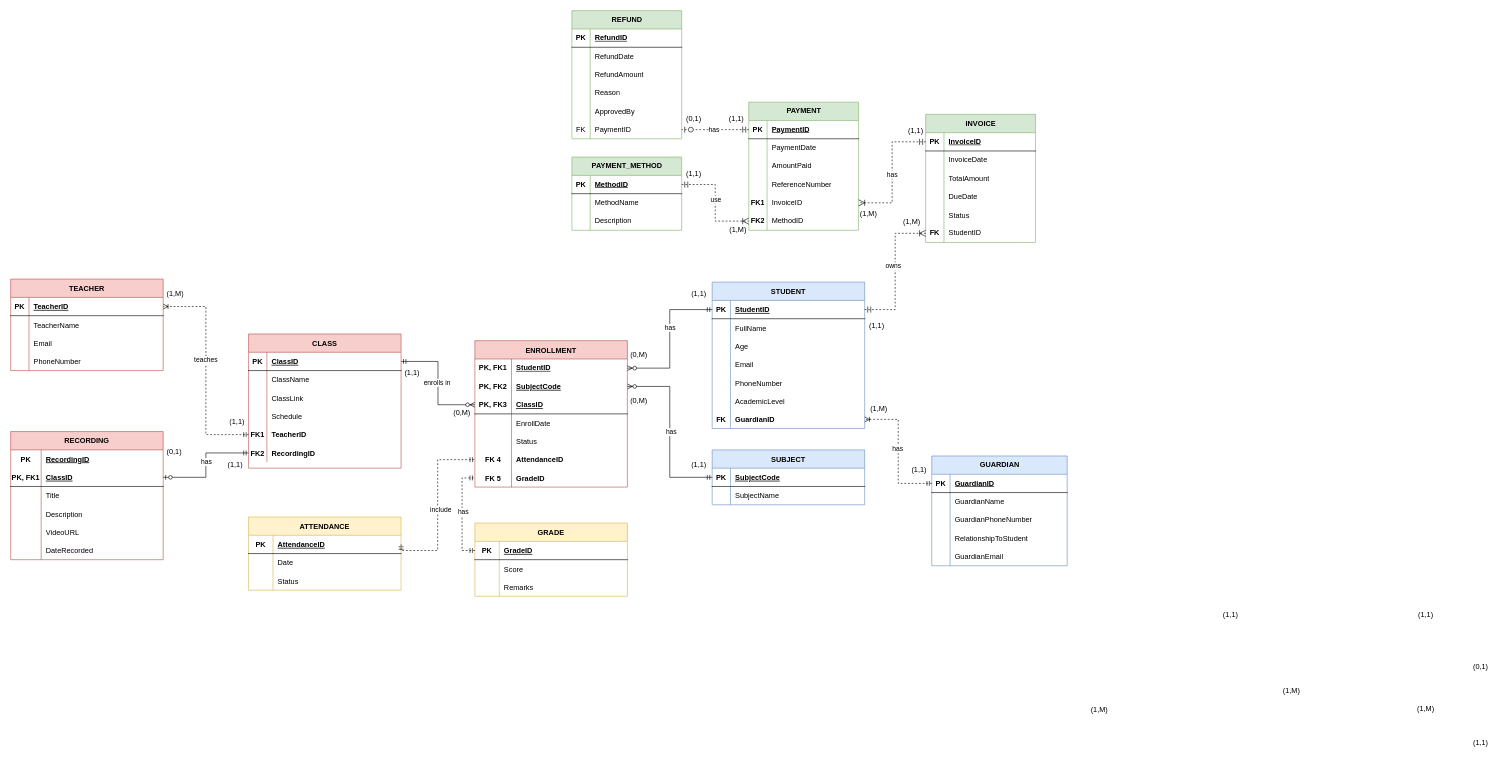
Above: CMT221_Assignment.drawio in EzraChai/CMT221-Assignment (draw.io), before the change. Source tidied: cells renumbered, new cells numbered last; positions are measured from the earlier drawing's top-left corner, leaving out a move shared by most shapes. Both pictures are drawn from the tidied source at 61%, with x=0, y=0 at pixel (10, 10).
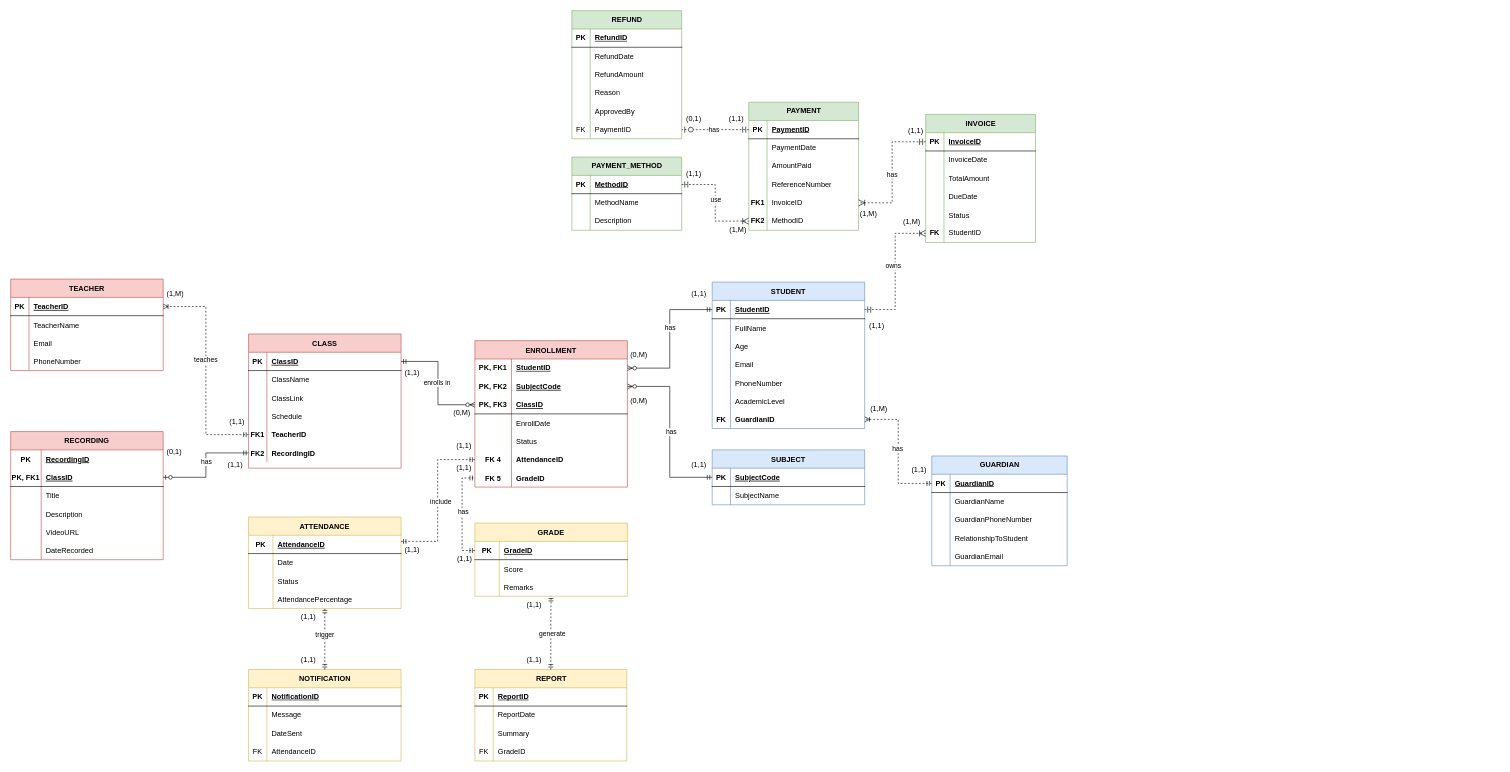
The same diagram, later.

The change refers to these unchanged cells:
```xml
<mxCell id="18" style="shape=partialRectangle;fillColor=none;points=[[0,0.5],[1,0.5]];portConstraint=eastwest;top=0;left=0;right=0;bottom=0;" parent="2" vertex="1">
  <mxGeometry y="180" width="250" height="30" as="geometry" />
</mxCell>
<mxCell id="125" style="shape=partialRectangle;fillColor=none;points=[[0,0.5],[1,0.5]];portConstraint=eastwest;top=0;left=0;right=0;bottom=1;" parent="124" vertex="1">
  <mxGeometry y="30" width="250" height="30" as="geometry" />
</mxCell>
<mxCell id="143" style="shape=partialRectangle;fillColor=none;points=[[0,0.5],[1,0.5]];portConstraint=eastwest;top=0;left=0;right=0;bottom=0;" parent="136" vertex="1">
  <mxGeometry y="90" width="250" height="30" as="geometry" />
</mxCell>
```

What changed in the source:
```diff
@@
     <mxCell id="124" value="ATTENDANCE" style="shape=table;startSize=30;childLayout=tableLayout;rowLines=0;fontStyle=1;align=center;fillColor=#fff2cc;strokeColor=#d6b656;" parent="1" vertex="1">
-      <mxGeometry x="390" y="830" width="250" height="120" as="geometry" />
+      <mxGeometry x="390" y="830" width="250" height="150" as="geometry" />
     </mxCell>
@@
+    <mxCell id="258" style="shape=partialRectangle;fillColor=none;points=[[0,0.5],[1,0.5]];portConstraint=eastwest;top=0;left=0;right=0;bottom=0;" parent="124" vertex="1">
+      <mxGeometry y="120" width="250" height="30" as="geometry" />
+    </mxCell>
+    <mxCell id="259" style="shape=partialRectangle;overflow=hidden;fillColor=none;top=0;left=0;bottom=0;right=0;" parent="258" vertex="1">
+      <mxGeometry width="40" height="30" as="geometry" />
+    </mxCell>
+    <mxCell id="260" value="AttendancePercentage" style="shape=partialRectangle;overflow=hidden;fillColor=none;top=0;left=0;bottom=0;right=0;align=left;spacingLeft=6;" parent="258" vertex="1">
+      <mxGeometry x="40" width="210" height="30" as="geometry" />
+    </mxCell>
-    <mxCell id="134" style="edgeStyle=orthogonalEdgeStyle;fontSize=12;html=1;endArrow=ERmandOne;startArrow=ERmandOne;rounded=0;entryX=0;entryY=0.5;entryDx=0;entryDy=0;exitX=1;exitY=0.5;exitDx=0;exitDy=0;dashed=1;" parent="1" edge="1" source="125" target="18">
+    <mxCell id="134" style="edgeStyle=orthogonalEdgeStyle;fontSize=12;html=1;endArrow=ERmandOne;startArrow=ERmandOne;rounded=0;entryX=0;entryY=0.5;entryDx=0;entryDy=0;dashed=1;" parent="1" edge="1" target="18">
       <mxGeometry relative="1" as="geometry">
+        <mxPoint x="640" y="870" as="sourcePoint" />
         <Array as="points">
-          <mxPoint x="700" y="885" />
+          <mxPoint x="640" y="870" />
+          <mxPoint x="700" y="870" />
           <mxPoint x="700" y="736" />
         </Array>
       </mxGeometry>
     </mxCell>
@@
-    <mxCell id="190" value="&lt;font style=&quot;font-size: 12px;&quot;&gt;(1,M)&lt;/font&gt;" style="text;html=1;whiteSpace=wrap;strokeColor=none;fillColor=none;align=center;verticalAlign=middle;rounded=0;fontSize=16;" parent="1" vertex="1">
-      <mxGeometry x="1755" y="1130" width="60" height="30" as="geometry" />
-    </mxCell>
@@
-    <mxCell id="212" value="(1,1)" style="text;html=1;whiteSpace=wrap;strokeColor=none;fillColor=none;align=center;verticalAlign=middle;rounded=0;fontSize=12;" parent="1" vertex="1">
-      <mxGeometry x="1970" y="975" width="60" height="30" as="geometry" />
-    </mxCell>
-    <mxCell id="213" value="(1,M)" style="text;html=1;whiteSpace=wrap;strokeColor=none;fillColor=none;align=center;verticalAlign=middle;rounded=0;fontSize=12;" parent="1" vertex="1">
-      <mxGeometry x="2070" y="1100" width="60" height="30" as="geometry" />
-    </mxCell>
@@
-    <mxCell id="226" value="(1,1)" style="text;html=1;whiteSpace=wrap;strokeColor=none;fillColor=none;align=center;verticalAlign=middle;rounded=0;fontSize=12;" parent="1" vertex="1">
-      <mxGeometry x="2380" y="1185" width="60" height="30" as="geometry" />
-    </mxCell>
-    <mxCell id="227" value="(1,M)" style="text;html=1;whiteSpace=wrap;strokeColor=none;fillColor=none;align=center;verticalAlign=middle;rounded=0;fontSize=12;" parent="1" vertex="1">
-      <mxGeometry x="2290" y="1130" width="60" height="30" as="geometry" />
-    </mxCell>
@@
-    <mxCell id="249" value="(0,1)" style="text;html=1;whiteSpace=wrap;strokeColor=none;fillColor=none;align=center;verticalAlign=middle;rounded=0;fontSize=12;" parent="1" vertex="1">
-      <mxGeometry x="2380" y="1060" width="60" height="30" as="geometry" />
-    </mxCell>
-    <mxCell id="250" value="(1,1)" style="text;html=1;whiteSpace=wrap;strokeColor=none;fillColor=none;align=center;verticalAlign=middle;rounded=0;fontSize=12;" parent="1" vertex="1">
-      <mxGeometry x="2290" y="975" width="60" height="30" as="geometry" />
-    </mxCell>
@@
+    <mxCell id="261" value="REPORT" style="shape=table;startSize=30;childLayout=tableLayout;rowLines=0;fontStyle=1;align=center;html=1;fillColor=#fff2cc;strokeColor=#d6b656;" parent="1" vertex="1">
+      <mxGeometry x="761" y="1080" width="249" height="150" as="geometry" />
+    </mxCell>
+    <mxCell id="262" style="shape=tableRow;horizontal=0;startSize=0;swimlaneHead=0;swimlaneBody=0;fillColor=none;top=0;left=0;right=0;bottom=1;" parent="261" vertex="1">
+      <mxGeometry y="30" width="249" height="30" as="geometry" />
+    </mxCell>
+    <mxCell id="263" value="PK" style="shape=partialRectangle;fillColor=none;top=0;left=0;bottom=0;right=0;fontStyle=1;overflow=hidden;whiteSpace=wrap;html=1;" parent="262" vertex="1">
+      <mxGeometry width="30" height="30" as="geometry" />
+    </mxCell>
+    <mxCell id="264" value="ReportID" style="shape=partialRectangle;fillColor=none;top=0;left=0;bottom=0;right=0;align=left;spacingLeft=6;fontStyle=5;overflow=hidden;whiteSpace=wrap;html=1;" parent="262" vertex="1">
+      <mxGeometry x="30" width="219" height="30" as="geometry" />
+    </mxCell>
+    <mxCell id="265" style="shape=tableRow;horizontal=0;startSize=0;swimlaneHead=0;swimlaneBody=0;fillColor=none;top=0;left=0;right=0;bottom=0;" parent="261" vertex="1">
+      <mxGeometry y="60" width="249" height="30" as="geometry" />
+    </mxCell>
+    <mxCell id="266" style="shape=partialRectangle;fillColor=none;top=0;left=0;bottom=0;right=0;overflow=hidden;whiteSpace=wrap;html=1;" parent="265" vertex="1">
+      <mxGeometry width="30" height="30" as="geometry" />
+    </mxCell>
+    <mxCell id="267" value="ReportDate" style="shape=partialRectangle;fillColor=none;top=0;left=0;bottom=0;right=0;align=left;spacingLeft=6;overflow=hidden;whiteSpace=wrap;html=1;" parent="265" vertex="1">
+      <mxGeometry x="30" width="219" height="30" as="geometry" />
+    </mxCell>
+    <mxCell id="268" style="shape=tableRow;horizontal=0;startSize=0;swimlaneHead=0;swimlaneBody=0;fillColor=none;top=0;left=0;right=0;bottom=0;" parent="261" vertex="1">
+      <mxGeometry y="90" width="249" height="30" as="geometry" />
+    </mxCell>
+    <mxCell id="269" style="shape=partialRectangle;fillColor=none;top=0;left=0;bottom=0;right=0;overflow=hidden;whiteSpace=wrap;html=1;" parent="268" vertex="1">
+      <mxGeometry width="30" height="30" as="geometry" />
+    </mxCell>
+    <mxCell id="270" value="Summary&amp;nbsp;" style="shape=partialRectangle;fillColor=none;top=0;left=0;bottom=0;right=0;align=left;spacingLeft=6;overflow=hidden;whiteSpace=wrap;html=1;" parent="268" vertex="1">
+      <mxGeometry x="30" width="219" height="30" as="geometry" />
+    </mxCell>
+    <mxCell id="271" style="shape=tableRow;horizontal=0;startSize=0;swimlaneHead=0;swimlaneBody=0;fillColor=none;top=0;left=0;right=0;bottom=0;" parent="261" vertex="1">
+      <mxGeometry y="120" width="249" height="30" as="geometry" />
+    </mxCell>
+    <mxCell id="272" value="FK" style="shape=partialRectangle;fillColor=none;top=0;left=0;bottom=0;right=0;fontStyle=0;overflow=hidden;whiteSpace=wrap;html=1;" parent="271" vertex="1">
+      <mxGeometry width="30" height="30" as="geometry" />
+    </mxCell>
+    <mxCell id="273" value="GradeID" style="shape=partialRectangle;fillColor=none;top=0;left=0;bottom=0;right=0;align=left;spacingLeft=6;fontStyle=0;overflow=hidden;whiteSpace=wrap;html=1;" parent="271" vertex="1">
+      <mxGeometry x="30" width="219" height="30" as="geometry" />
+    </mxCell>
+    <mxCell id="274" value="NOTIFICATION" style="shape=table;startSize=30;childLayout=tableLayout;rowLines=0;fontStyle=1;align=center;html=1;fillColor=#fff2cc;strokeColor=#d6b656;" parent="1" vertex="1">
+      <mxGeometry x="390" y="1080" width="250" height="150" as="geometry" />
+    </mxCell>
+    <mxCell id="275" style="shape=tableRow;horizontal=0;startSize=0;swimlaneHead=0;swimlaneBody=0;fillColor=none;top=0;left=0;right=0;bottom=1;" parent="274" vertex="1">
+      <mxGeometry y="30" width="250" height="30" as="geometry" />
+    </mxCell>
+    <mxCell id="276" value="PK" style="shape=partialRectangle;fillColor=none;top=0;left=0;bottom=0;right=0;fontStyle=1;overflow=hidden;whiteSpace=wrap;html=1;" parent="275" vertex="1">
+      <mxGeometry width="30" height="30" as="geometry" />
+    </mxCell>
+    <mxCell id="277" value="NotificationID" style="shape=partialRectangle;fillColor=none;top=0;left=0;bottom=0;right=0;align=left;spacingLeft=6;fontStyle=5;overflow=hidden;whiteSpace=wrap;html=1;" parent="275" vertex="1">
+      <mxGeometry x="30" width="220" height="30" as="geometry" />
+    </mxCell>
+    <mxCell id="278" style="shape=tableRow;horizontal=0;startSize=0;swimlaneHead=0;swimlaneBody=0;fillColor=none;top=0;left=0;right=0;bottom=0;" parent="274" vertex="1">
+      <mxGeometry y="60" width="250" height="30" as="geometry" />
+    </mxCell>
+    <mxCell id="279" style="shape=partialRectangle;fillColor=none;top=0;left=0;bottom=0;right=0;overflow=hidden;whiteSpace=wrap;html=1;" parent="278" vertex="1">
+      <mxGeometry width="30" height="30" as="geometry" />
+    </mxCell>
+    <mxCell id="280" value="Message" style="shape=partialRectangle;fillColor=none;top=0;left=0;bottom=0;right=0;align=left;spacingLeft=6;overflow=hidden;whiteSpace=wrap;html=1;" parent="278" vertex="1">
+      <mxGeometry x="30" width="220" height="30" as="geometry" />
+    </mxCell>
+    <mxCell id="281" style="shape=tableRow;horizontal=0;startSize=0;swimlaneHead=0;swimlaneBody=0;fillColor=none;top=0;left=0;right=0;bottom=0;" parent="274" vertex="1">
+      <mxGeometry y="90" width="250" height="30" as="geometry" />
+    </mxCell>
+    <mxCell id="282" style="shape=partialRectangle;fillColor=none;top=0;left=0;bottom=0;right=0;overflow=hidden;whiteSpace=wrap;html=1;" parent="281" vertex="1">
+      <mxGeometry width="30" height="30" as="geometry" />
+    </mxCell>
+    <mxCell id="283" value="DateSent" style="shape=partialRectangle;fillColor=none;top=0;left=0;bottom=0;right=0;align=left;spacingLeft=6;overflow=hidden;whiteSpace=wrap;html=1;" parent="281" vertex="1">
+      <mxGeometry x="30" width="220" height="30" as="geometry" />
+    </mxCell>
+    <mxCell id="284" style="shape=tableRow;horizontal=0;startSize=0;swimlaneHead=0;swimlaneBody=0;fillColor=none;top=0;left=0;right=0;bottom=0;" parent="274" vertex="1">
+      <mxGeometry y="120" width="250" height="30" as="geometry" />
+    </mxCell>
+    <mxCell id="285" value="FK" style="shape=partialRectangle;fillColor=none;top=0;left=0;bottom=0;right=0;fontStyle=0;overflow=hidden;whiteSpace=wrap;html=1;" parent="284" vertex="1">
+      <mxGeometry width="30" height="30" as="geometry" />
+    </mxCell>
+    <mxCell id="286" value="AttendanceID" style="shape=partialRectangle;fillColor=none;top=0;left=0;bottom=0;right=0;align=left;spacingLeft=6;fontStyle=0;overflow=hidden;whiteSpace=wrap;html=1;" parent="284" vertex="1">
+      <mxGeometry x="30" width="220" height="30" as="geometry" />
+    </mxCell>
+    <mxCell id="287" style="fontSize=12;html=1;endArrow=ERmandOne;endFill=0;rounded=0;startArrow=ERmandOne;startFill=0;entryX=0.5;entryY=0.969;entryDx=0;entryDy=0;dashed=1;exitX=0.5;exitY=0;exitDx=0;exitDy=0;edgeStyle=orthogonalEdgeStyle;entryPerimeter=0;" parent="1" edge="1" source="274" target="258">
+      <mxGeometry relative="1" as="geometry" />
+    </mxCell>
+    <mxCell id="288" value="trigger" style="edgeLabel;html=1;align=center;verticalAlign=middle;" parent="287" vertex="1">
+      <mxGeometry x="0.13" y="1" relative="1" as="geometry" />
+    </mxCell>
+    <mxCell id="289" style="fontSize=12;html=1;endArrow=ERmandOne;endFill=0;rounded=0;dashed=1;startArrow=ERmandOne;startFill=0;exitX=0.5;exitY=0;exitDx=0;exitDy=0;edgeStyle=orthogonalEdgeStyle;entryX=0.499;entryY=0.988;entryDx=0;entryDy=0;entryPerimeter=0;" parent="1" edge="1" source="261" target="143">
+      <mxGeometry relative="1" as="geometry" />
+    </mxCell>
+    <mxCell id="290" value="generate" style="edgeLabel;html=1;align=center;verticalAlign=middle;" parent="289" vertex="1">
+      <mxGeometry y="-2" relative="1" as="geometry">
+        <mxPoint y="1" as="offset" />
+      </mxGeometry>
+    </mxCell>
+    <mxCell id="291" value="(1,1)" style="text;strokeColor=none;fillColor=none;spacingLeft=4;spacingRight=4;overflow=hidden;fontSize=12;whiteSpace=wrap;html=1;" parent="1" vertex="1">
+      <mxGeometry x="725" y="700" width="60" height="30" as="geometry" />
+    </mxCell>
+    <mxCell id="292" value="(1,1)" style="text;strokeColor=none;fillColor=none;spacingLeft=4;spacingRight=4;overflow=hidden;fontSize=12;whiteSpace=wrap;html=1;" parent="1" vertex="1">
+      <mxGeometry x="725" y="736" width="60" height="30" as="geometry" />
+    </mxCell>
+    <mxCell id="293" value="(1,1)" style="text;strokeColor=none;fillColor=none;spacingLeft=4;spacingRight=4;overflow=hidden;fontSize=12;whiteSpace=wrap;html=1;" parent="1" vertex="1">
+      <mxGeometry x="640" y="870" width="60" height="30" as="geometry" />
+    </mxCell>
+    <mxCell id="294" value="(1,1)" style="text;strokeColor=none;fillColor=none;spacingLeft=4;spacingRight=4;overflow=hidden;fontSize=12;whiteSpace=wrap;html=1;" parent="1" vertex="1">
+      <mxGeometry x="726" y="885" width="60" height="30" as="geometry" />
+    </mxCell>
+    <mxCell id="295" value="(1,1)" style="text;strokeColor=none;fillColor=none;spacingLeft=4;spacingRight=4;overflow=hidden;fontSize=12;whiteSpace=wrap;html=1;" parent="1" vertex="1">
+      <mxGeometry x="840" y="960" width="60" height="30" as="geometry" />
+    </mxCell>
+    <mxCell id="296" value="(1,1)" style="text;strokeColor=none;fillColor=none;spacingLeft=4;spacingRight=4;overflow=hidden;fontSize=12;whiteSpace=wrap;html=1;" parent="1" vertex="1">
+      <mxGeometry x="840" y="1050" width="60" height="30" as="geometry" />
+    </mxCell>
+    <mxCell id="297" value="(1,1)" style="text;strokeColor=none;fillColor=none;spacingLeft=4;spacingRight=4;overflow=hidden;fontSize=12;whiteSpace=wrap;html=1;" parent="1" vertex="1">
+      <mxGeometry x="470" y="980" width="60" height="30" as="geometry" />
+    </mxCell>
+    <mxCell id="298" value="(1,1)" style="text;strokeColor=none;fillColor=none;spacingLeft=4;spacingRight=4;overflow=hidden;fontSize=12;whiteSpace=wrap;html=1;" parent="1" vertex="1">
+      <mxGeometry x="470" y="1050" width="60" height="30" as="geometry" />
+    </mxCell>
```
